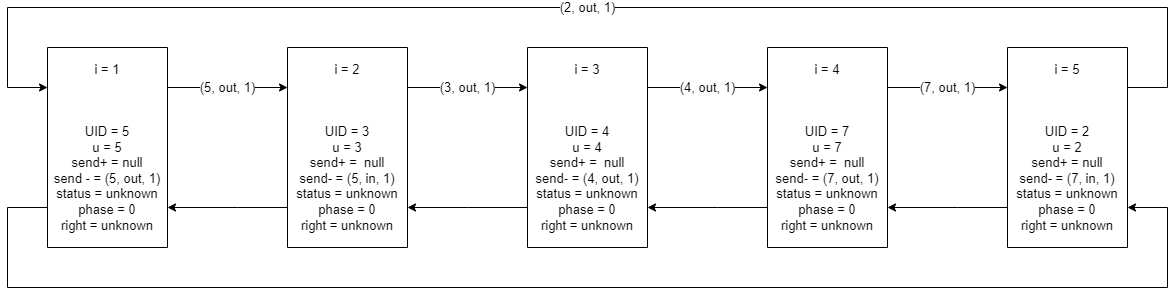
This is tods/01-tods.drawio.png from h1tlan/tods_first_exercise, a draw.io export, as it was before one commit. Source tidied: cells renumbered, new cells last; positions are measured from the earlier drawing's top-left corner, leaving out a move shared by most shapes.
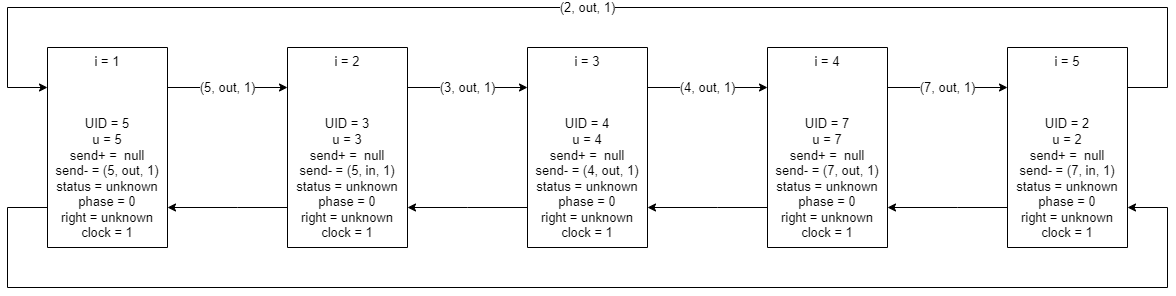
The same file after the commit.

The edit, as a diff of the source:
```diff
@@ -20,7 +20,7 @@
         </Array>
       </mxGeometry>
     </mxCell>
-    <mxCell id="4" value="i = 1&lt;br&gt;&lt;br&gt;&lt;br&gt;&lt;br&gt;UID = 5&lt;br&gt;u = 5&lt;br&gt;send+ = null&lt;br&gt;send - = (5, out, 1)&lt;br&gt;status = unknown&lt;br&gt;phase = 0&lt;br&gt;right = unknown" style="rounded=0;whiteSpace=wrap;html=1;fontSize=13;direction=south;" parent="1" vertex="1">
+    <mxCell id="4" value="i = 1&lt;br&gt;&lt;br&gt;&lt;br&gt;&lt;br&gt;UID = 5&lt;br&gt;u = 5&lt;br&gt;send+ =&amp;nbsp; null&lt;br&gt;send- = (5, out, 1)&lt;br&gt;status = unknown&lt;br&gt;phase = 0&lt;br&gt;right = unknown&lt;br&gt;clock = 1" style="rounded=0;whiteSpace=wrap;html=1;fontSize=13;direction=south;" parent="1" vertex="1">
       <mxGeometry x="40" y="40" width="120" height="200" as="geometry" />
     </mxCell>
     <mxCell id="5" style="edgeStyle=orthogonalEdgeStyle;rounded=0;jettySize=auto;html=1;labelBorderColor=none;fontSize=13;" parent="1" edge="1" source="7" target="4">
@@ -39,7 +39,7 @@
         </Array>
       </mxGeometry>
     </mxCell>
-    <mxCell id="7" value="i = 2&lt;br&gt;&lt;br&gt;&lt;br&gt;&lt;br&gt;UID = 3&lt;br&gt;u = 3&lt;br&gt;send+ =&amp;nbsp; null&lt;br&gt;send- = (5, in, 1)&lt;br&gt;status = unknown&lt;br&gt;phase = 0&lt;br&gt;right = unknown" style="rounded=0;whiteSpace=wrap;html=1;fontSize=13;direction=south;" parent="1" vertex="1">
+    <mxCell id="7" value="i = 2&lt;br&gt;&lt;br&gt;&lt;br&gt;&lt;br&gt;UID = 3&lt;br&gt;u = 3&lt;br&gt;send+ =&amp;nbsp; null&lt;br&gt;send- = (5, in, 1)&lt;br&gt;status = unknown&lt;br&gt;phase = 0&lt;br&gt;right = unknown&lt;br&gt;clock = 1" style="rounded=0;whiteSpace=wrap;html=1;fontSize=13;direction=south;" parent="1" vertex="1">
       <mxGeometry x="280" y="40" width="120" height="200" as="geometry" />
     </mxCell>
     <mxCell id="8" style="edgeStyle=orthogonalEdgeStyle;rounded=0;jettySize=auto;html=1;labelBorderColor=none;fontSize=13;" parent="1" edge="1" source="10" target="7">
@@ -58,7 +58,7 @@
         </Array>
       </mxGeometry>
     </mxCell>
-    <mxCell id="10" value="i = 3&lt;br&gt;&lt;br&gt;&lt;br&gt;&lt;br&gt;UID = 4&lt;br&gt;u = 4&lt;br&gt;send+ =&amp;nbsp; null&lt;br&gt;send- = (4, out, 1)&lt;br&gt;status = unknown&lt;br&gt;phase = 0&lt;br&gt;right = unknown" style="rounded=0;whiteSpace=wrap;html=1;fontSize=13;direction=south;" parent="1" vertex="1">
+    <mxCell id="10" value="i = 3&lt;br&gt;&lt;br&gt;&lt;br&gt;&lt;br&gt;UID = 4&lt;br&gt;u = 4&lt;br&gt;send+ =&amp;nbsp; null&lt;br&gt;send- = (4, out, 1)&lt;br&gt;status = unknown&lt;br&gt;phase = 0&lt;br&gt;right = unknown&lt;br&gt;clock = 1" style="rounded=0;whiteSpace=wrap;html=1;fontSize=13;direction=south;" parent="1" vertex="1">
       <mxGeometry x="520" y="40" width="120" height="200" as="geometry" />
     </mxCell>
     <mxCell id="11" style="edgeStyle=orthogonalEdgeStyle;rounded=0;jettySize=auto;html=1;labelBorderColor=none;fontSize=13;" parent="1" edge="1" source="13" target="10">
@@ -77,7 +77,7 @@
         </Array>
       </mxGeometry>
     </mxCell>
-    <mxCell id="13" value="i = 4&lt;br&gt;&lt;br&gt;&lt;br&gt;&lt;br&gt;UID = 7&lt;br&gt;u = 7&lt;br&gt;send+ =&amp;nbsp; null&lt;br&gt;send- = (7, out, 1)&lt;br&gt;status = unknown&lt;br&gt;phase = 0&lt;br&gt;right = unknown" style="rounded=0;whiteSpace=wrap;html=1;fontSize=13;direction=south;" parent="1" vertex="1">
+    <mxCell id="13" value="i = 4&lt;br&gt;&lt;br&gt;&lt;br&gt;&lt;br&gt;UID = 7&lt;br&gt;u = 7&lt;br&gt;send+ =&amp;nbsp; null&lt;br&gt;send- = (7, out, 1)&lt;br&gt;status = unknown&lt;br&gt;phase = 0&lt;br&gt;right = unknown&lt;br&gt;clock = 1" style="rounded=0;whiteSpace=wrap;html=1;fontSize=13;direction=south;" parent="1" vertex="1">
       <mxGeometry x="760" y="40" width="120" height="200" as="geometry" />
     </mxCell>
     <mxCell id="14" style="edgeStyle=orthogonalEdgeStyle;rounded=0;jettySize=auto;html=1;labelBorderColor=none;fontSize=13;" parent="1" edge="1" source="16" target="13">
@@ -98,7 +98,7 @@
         </Array>
       </mxGeometry>
     </mxCell>
-    <mxCell id="16" value="i = 5&lt;br&gt;&lt;br&gt;&lt;br&gt;&lt;br&gt;UID = 2&lt;br&gt;u = 2&lt;br&gt;send+ = null&lt;br&gt;send- = (7, in, 1)&lt;br&gt;status = unknown&lt;br&gt;phase = 0&lt;br&gt;right = unknown" style="rounded=0;whiteSpace=wrap;html=1;fontSize=13;direction=south;" parent="1" vertex="1">
+    <mxCell id="16" value="i = 5&lt;br&gt;&lt;br&gt;&lt;br&gt;&lt;br&gt;UID = 2&lt;br&gt;u = 2&lt;br&gt;send+ =&amp;nbsp; null&lt;br&gt;send- = (7, in, 1)&lt;br&gt;status = unknown&lt;br&gt;phase = 0&lt;br&gt;right = unknown&lt;br&gt;clock = 1" style="rounded=0;whiteSpace=wrap;html=1;fontSize=13;direction=south;" parent="1" vertex="1">
       <mxGeometry x="1000" y="40" width="120" height="200" as="geometry" />
     </mxCell>
   </root>
```
